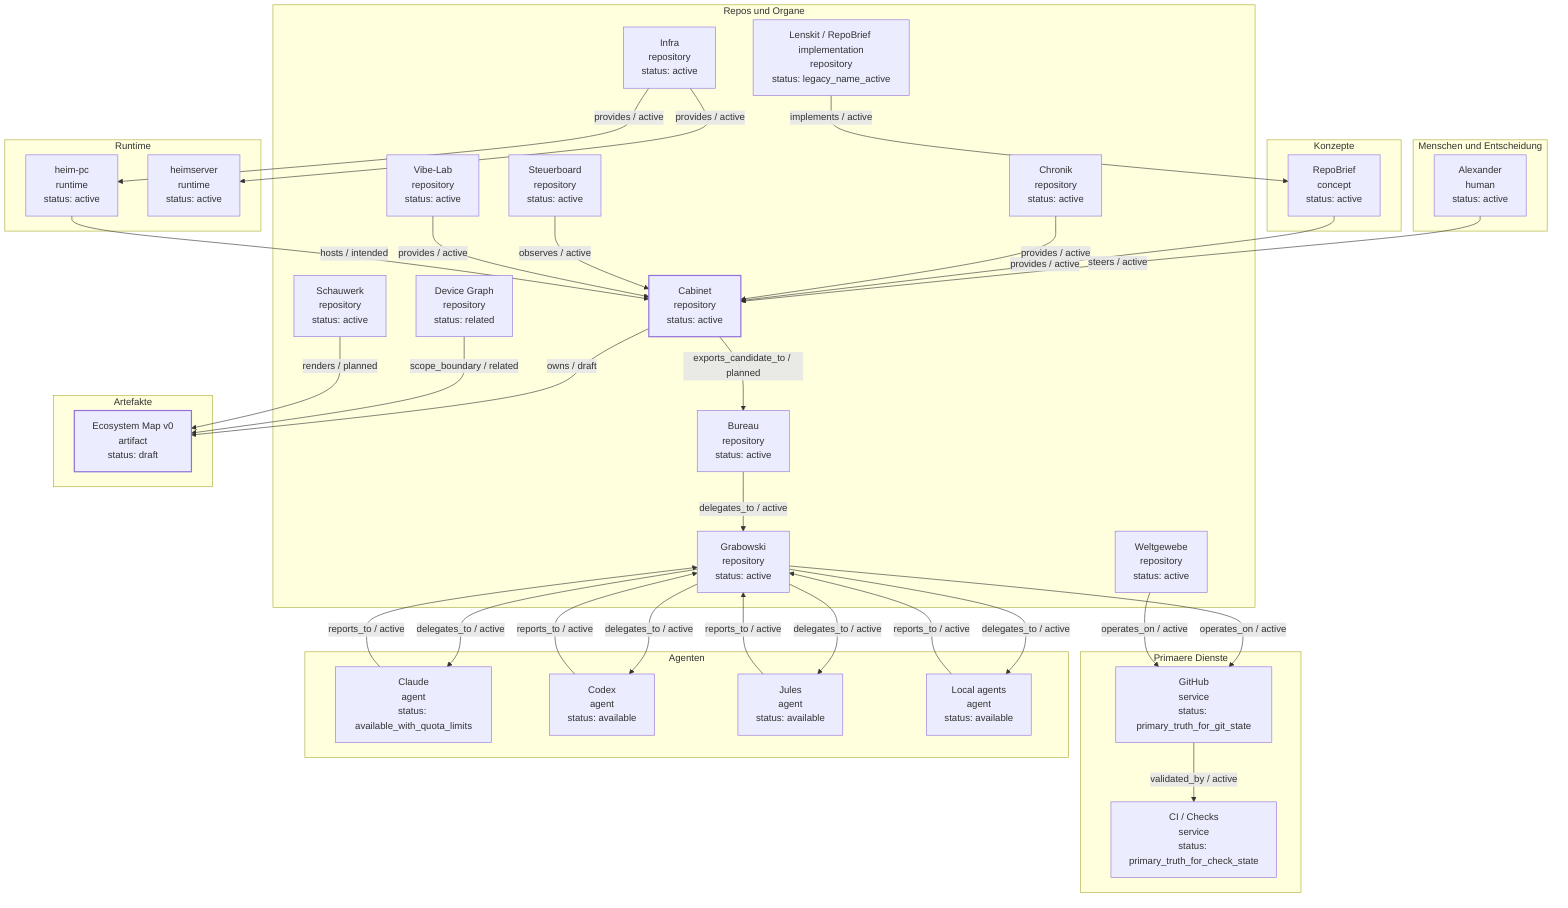
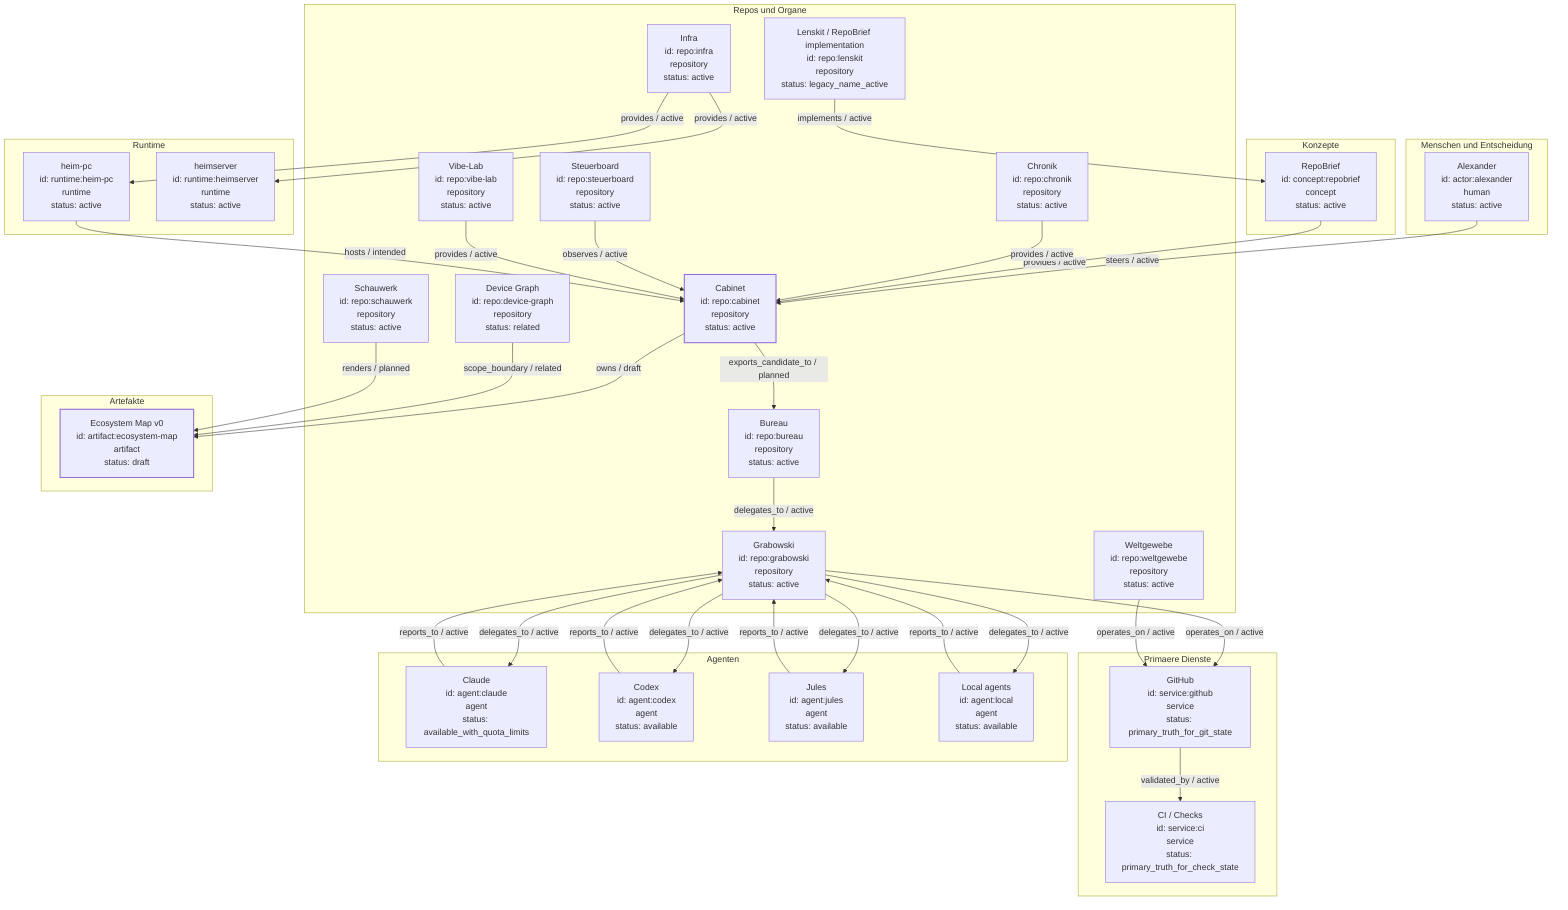
flowchart TD
+     %% GENERATED FILE. Do not edit manually.
    %% GENERATED: scripts/render_ecosystem_registry_map.py
+     %% Run: python3 scripts/render_ecosystem_registry_map.py
    %% Source: registry/ecosystem/nodes.json + registry/ecosystem/edges.json
    %% Boundary: this projection does not establish claim truth, runtime correctness or merge readiness.

    subgraph kind_human[Menschen und Entscheidung]
-         actor_alexander["Alexander<br/>human<br/>status: active"]
+         actor_alexander["Alexander<br/>id: actor:alexander<br/>human<br/>status: active"]
    end

    subgraph kind_repository[Repos und Organe]
-         repo_bureau["Bureau<br/>repository<br/>status: active"]
-         repo_cabinet["Cabinet<br/>repository<br/>status: active"]
-         repo_chronik["Chronik<br/>repository<br/>status: active"]
-         repo_device_graph["Device Graph<br/>repository<br/>status: related"]
-         repo_grabowski["Grabowski<br/>repository<br/>status: active"]
-         repo_infra["Infra<br/>repository<br/>status: active"]
-         repo_lenskit["Lenskit / RepoBrief implementation<br/>repository<br/>status: legacy_name_active"]
-         repo_schauwerk["Schauwerk<br/>repository<br/>status: active"]
-         repo_steuerboard["Steuerboard<br/>repository<br/>status: active"]
-         repo_vibe_lab["Vibe-Lab<br/>repository<br/>status: active"]
-         repo_weltgewebe["Weltgewebe<br/>repository<br/>status: active"]
+         repo_bureau["Bureau<br/>id: repo:bureau<br/>repository<br/>status: active"]
+         repo_cabinet["Cabinet<br/>id: repo:cabinet<br/>repository<br/>status: active"]
+         repo_chronik["Chronik<br/>id: repo:chronik<br/>repository<br/>status: active"]
+         repo_device_graph["Device Graph<br/>id: repo:device-graph<br/>repository<br/>status: related"]
+         repo_grabowski["Grabowski<br/>id: repo:grabowski<br/>repository<br/>status: active"]
+         repo_infra["Infra<br/>id: repo:infra<br/>repository<br/>status: active"]
+         repo_lenskit["Lenskit / RepoBrief implementation<br/>id: repo:lenskit<br/>repository<br/>status: legacy_name_active"]
+         repo_schauwerk["Schauwerk<br/>id: repo:schauwerk<br/>repository<br/>status: active"]
+         repo_steuerboard["Steuerboard<br/>id: repo:steuerboard<br/>repository<br/>status: active"]
+         repo_vibe_lab["Vibe-Lab<br/>id: repo:vibe-lab<br/>repository<br/>status: active"]
+         repo_weltgewebe["Weltgewebe<br/>id: repo:weltgewebe<br/>repository<br/>status: active"]
    end

    subgraph kind_concept[Konzepte]
-         concept_repobrief["RepoBrief<br/>concept<br/>status: active"]
+         concept_repobrief["RepoBrief<br/>id: concept:repobrief<br/>concept<br/>status: active"]
    end

    subgraph kind_artifact[Artefakte]
-         artifact_ecosystem_map["Ecosystem Map v0<br/>artifact<br/>status: draft"]
+         artifact_ecosystem_map["Ecosystem Map v0<br/>id: artifact:ecosystem-map<br/>artifact<br/>status: draft"]
    end

    subgraph kind_service[Primaere Dienste]
-         service_ci["CI / Checks<br/>service<br/>status: primary_truth_for_check_state"]
-         service_github["GitHub<br/>service<br/>status: primary_truth_for_git_state"]
+         service_ci["CI / Checks<br/>id: service:ci<br/>service<br/>status: primary_truth_for_check_state"]
+         service_github["GitHub<br/>id: service:github<br/>service<br/>status: primary_truth_for_git_state"]
    end

    subgraph kind_runtime[Runtime]
-         runtime_heim_pc["heim-pc<br/>runtime<br/>status: active"]
-         runtime_heimserver["heimserver<br/>runtime<br/>status: active"]
+         runtime_heim_pc["heim-pc<br/>id: runtime:heim-pc<br/>runtime<br/>status: active"]
+         runtime_heimserver["heimserver<br/>id: runtime:heimserver<br/>runtime<br/>status: active"]
    end

    subgraph kind_agent[Agenten]
-         agent_claude["Claude<br/>agent<br/>status: available_with_quota_limits"]
-         agent_codex["Codex<br/>agent<br/>status: available"]
-         agent_jules["Jules<br/>agent<br/>status: available"]
-         agent_local["Local agents<br/>agent<br/>status: available"]
+         agent_claude["Claude<br/>id: agent:claude<br/>agent<br/>status: available_with_quota_limits"]
+         agent_codex["Codex<br/>id: agent:codex<br/>agent<br/>status: available"]
+         agent_jules["Jules<br/>id: agent:jules<br/>agent<br/>status: available"]
+         agent_local["Local agents<br/>id: agent:local<br/>agent<br/>status: available"]
    end

    actor_alexander -->|steers / active| repo_cabinet
    agent_claude -->|reports_to / active| repo_grabowski
    agent_codex -->|reports_to / active| repo_grabowski
    agent_jules -->|reports_to / active| repo_grabowski
    agent_local -->|reports_to / active| repo_grabowski
    concept_repobrief -->|provides / active| repo_cabinet
    repo_bureau -->|delegates_to / active| repo_grabowski
    repo_cabinet -->|owns / draft| artifact_ecosystem_map
    repo_cabinet -->|exports_candidate_to / planned| repo_bureau
    repo_chronik -->|provides / active| repo_cabinet
    repo_device_graph -->|scope_boundary / related| artifact_ecosystem_map
    repo_grabowski -->|delegates_to / active| agent_claude
    repo_grabowski -->|delegates_to / active| agent_codex
    repo_grabowski -->|delegates_to / active| agent_jules
    repo_grabowski -->|delegates_to / active| agent_local
    repo_grabowski -->|operates_on / active| service_github
    repo_infra -->|provides / active| runtime_heim_pc
    repo_infra -->|provides / active| runtime_heimserver
    repo_lenskit -->|implements / active| concept_repobrief
    repo_schauwerk -->|renders / planned| artifact_ecosystem_map
    repo_steuerboard -->|observes / active| repo_cabinet
    repo_vibe_lab -->|provides / active| repo_cabinet
    repo_weltgewebe -->|operates_on / active| service_github
    runtime_heim_pc -->|hosts / intended| repo_cabinet
    service_github -->|validated_by / active| service_ci

-     classDef canon stroke-width:2px;
-     class repo_cabinet,artifact_ecosystem_map canon;
+     %% Visual anchor only; does not establish canonical truth.
+     classDef mapAnchor stroke-width:2px;
+     class repo_cabinet,artifact_ecosystem_map mapAnchor;
